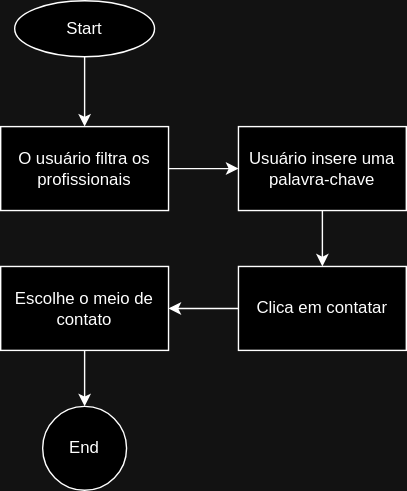
Earlier version of the draw.io export docs/img/CT05.svg (ICEI-PUC-Minas-PMV-SI/pmv-si-2023-2-pe1-t2-senectus). Source tidied: cells renumbered, new cells last; positions are measured from the earlier drawing's top-left corner, leaving out a move shared by most shapes. The source it was exported from:
```xml
<mxGraphModel>
  <root>
    <mxCell id="0" />
    <mxCell id="1" parent="0" />
    <mxCell id="2" style="edgeStyle=orthogonalEdgeStyle;rounded=0;jettySize=auto;html=1;exitX=0.5;exitY=1;exitDx=0;exitDy=0;entryX=0.5;entryY=0;entryDx=0;entryDy=0;" parent="1" edge="1" source="3" target="9">
      <mxGeometry relative="1" as="geometry" />
    </mxCell>
    <mxCell id="3" value="Start" style="ellipse;whiteSpace=wrap;html=1;" parent="1" vertex="1">
      <mxGeometry x="10" width="100" height="40" as="geometry" />
    </mxCell>
    <mxCell id="4" style="edgeStyle=orthogonalEdgeStyle;rounded=0;jettySize=auto;html=1;exitX=0;exitY=0.5;exitDx=0;exitDy=0;entryX=1;entryY=0.5;entryDx=0;entryDy=0;" parent="1" edge="1" source="5">
      <mxGeometry relative="1" as="geometry">
        <mxPoint x="120" y="220" as="targetPoint" />
      </mxGeometry>
    </mxCell>
    <mxCell id="5" value="Clica em contatar" style="rounded=0;whiteSpace=wrap;html=1;" parent="1" vertex="1">
      <mxGeometry x="170" y="190" width="120" height="60" as="geometry" />
    </mxCell>
    <mxCell id="6" style="edgeStyle=orthogonalEdgeStyle;rounded=0;jettySize=auto;html=1;exitX=0.5;exitY=1;exitDx=0;exitDy=0;entryX=0.5;entryY=0;entryDx=0;entryDy=0;" parent="1" edge="1" source="7" target="5">
      <mxGeometry relative="1" as="geometry" />
    </mxCell>
    <mxCell id="7" value="Usuário insere uma palavra-chave" style="rounded=0;whiteSpace=wrap;html=1;" parent="1" vertex="1">
      <mxGeometry x="170" y="90" width="120" height="60" as="geometry" />
    </mxCell>
    <mxCell id="8" style="edgeStyle=orthogonalEdgeStyle;rounded=0;jettySize=auto;html=1;exitX=1;exitY=0.5;exitDx=0;exitDy=0;entryX=0;entryY=0.5;entryDx=0;entryDy=0;" parent="1" edge="1" source="9" target="7">
      <mxGeometry relative="1" as="geometry" />
    </mxCell>
    <mxCell id="9" value="O usuário filtra os profissionais" style="rounded=0;whiteSpace=wrap;html=1;" parent="1" vertex="1">
      <mxGeometry y="90" width="120" height="60" as="geometry" />
    </mxCell>
    <mxCell id="10" value="End" style="ellipse;whiteSpace=wrap;html=1;" parent="1" vertex="1">
      <mxGeometry x="30" y="290" width="60" height="60" as="geometry" />
    </mxCell>
    <mxCell id="11" style="edgeStyle=orthogonalEdgeStyle;rounded=0;jettySize=auto;html=1;exitX=0.5;exitY=1;exitDx=0;exitDy=0;entryX=0.5;entryY=0;entryDx=0;entryDy=0;" parent="1" edge="1" source="12" target="10">
      <mxGeometry relative="1" as="geometry" />
    </mxCell>
    <mxCell id="12" value="Escolhe o meio de contato" style="rounded=0;whiteSpace=wrap;html=1;" parent="1" vertex="1">
      <mxGeometry y="190" width="120" height="60" as="geometry" />
    </mxCell>
  </root>
</mxGraphModel>
```
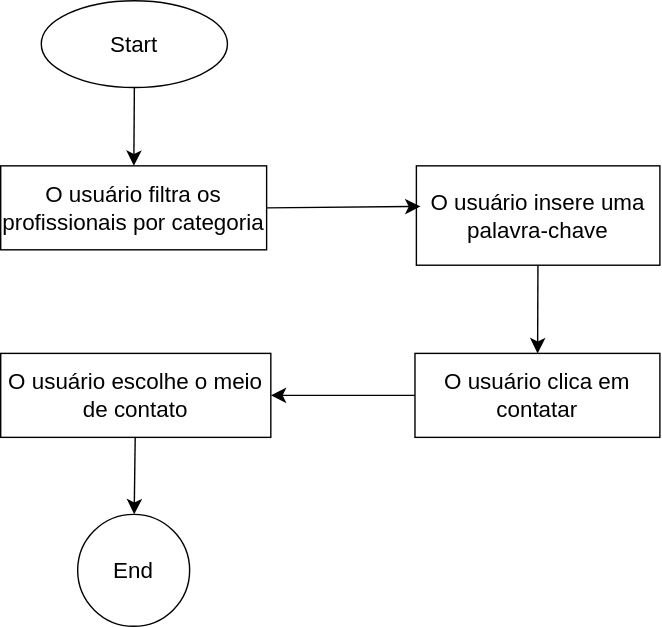
After the commit.

Change to the diagram source:
```diff
@@ -2,40 +2,38 @@
   <root>
     <mxCell id="0" />
     <mxCell id="1" parent="0" />
-    <mxCell id="2" style="edgeStyle=orthogonalEdgeStyle;rounded=0;jettySize=auto;html=1;exitX=0.5;exitY=1;exitDx=0;exitDy=0;entryX=0.5;entryY=0;entryDx=0;entryDy=0;" parent="1" edge="1" source="3" target="9">
-      <mxGeometry relative="1" as="geometry" />
-    </mxCell>
+    <mxCell id="13" style="edgeStyle=none;curved=1;rounded=0;jettySize=auto;html=1;fontSize=12;startSize=8;endSize=8;" parent="1" edge="1" source="3" target="14">
+      <mxGeometry relative="1" as="geometry" />
+    </mxCell>
-    <mxCell id="3" value="Start" style="ellipse;whiteSpace=wrap;html=1;" parent="1" vertex="1">
-      <mxGeometry x="10" width="100" height="40" as="geometry" />
+    <mxCell id="3" value="Start" style="ellipse;whiteSpace=wrap;html=1;fontSize=16;" parent="1" vertex="1">
+      <mxGeometry x="-285" y="-141" width="133" height="62" as="geometry" />
     </mxCell>
-    <mxCell id="4" style="edgeStyle=orthogonalEdgeStyle;rounded=0;jettySize=auto;html=1;exitX=0;exitY=0.5;exitDx=0;exitDy=0;entryX=1;entryY=0.5;entryDx=0;entryDy=0;" parent="1" edge="1" source="5">
-      <mxGeometry relative="1" as="geometry">
-        <mxPoint x="120" y="220" as="targetPoint" />
-      </mxGeometry>
-    </mxCell>
-    <mxCell id="5" value="Clica em contatar" style="rounded=0;whiteSpace=wrap;html=1;" parent="1" vertex="1">
-      <mxGeometry x="170" y="190" width="120" height="60" as="geometry" />
-    </mxCell>
-    <mxCell id="6" style="edgeStyle=orthogonalEdgeStyle;rounded=0;jettySize=auto;html=1;exitX=0.5;exitY=1;exitDx=0;exitDy=0;entryX=0.5;entryY=0;entryDx=0;entryDy=0;" parent="1" edge="1" source="7" target="5">
-      <mxGeometry relative="1" as="geometry" />
-    </mxCell>
-    <mxCell id="7" value="Usuário insere uma palavra-chave" style="rounded=0;whiteSpace=wrap;html=1;" parent="1" vertex="1">
-      <mxGeometry x="170" y="90" width="120" height="60" as="geometry" />
-    </mxCell>
-    <mxCell id="8" style="edgeStyle=orthogonalEdgeStyle;rounded=0;jettySize=auto;html=1;exitX=1;exitY=0.5;exitDx=0;exitDy=0;entryX=0;entryY=0.5;entryDx=0;entryDy=0;" parent="1" edge="1" source="9" target="7">
-      <mxGeometry relative="1" as="geometry" />
-    </mxCell>
-    <mxCell id="9" value="O usuário filtra os profissionais" style="rounded=0;whiteSpace=wrap;html=1;" parent="1" vertex="1">
-      <mxGeometry y="90" width="120" height="60" as="geometry" />
-    </mxCell>
+    <mxCell id="14" value="O usuário filtra os profissionais por categoria" style="rounded=0;whiteSpace=wrap;html=1;fontSize=16;" parent="1" vertex="1">
+      <mxGeometry x="-314" y="-23" width="190" height="60" as="geometry" />
+    </mxCell>
+    <mxCell id="15" style="edgeStyle=none;curved=1;rounded=0;jettySize=auto;html=1;fontSize=12;startSize=8;endSize=8;" parent="1" edge="1" source="16" target="18">
+      <mxGeometry relative="1" as="geometry" />
+    </mxCell>
+    <mxCell id="16" value="O usuário insere uma palavra-chave" style="rounded=0;whiteSpace=wrap;html=1;fontSize=16;" parent="1" vertex="1">
+      <mxGeometry x="-17" y="-23" width="174" height="71" as="geometry" />
+    </mxCell>
+    <mxCell id="17" style="edgeStyle=none;curved=1;rounded=0;jettySize=auto;html=1;fontSize=12;startSize=8;endSize=8;" parent="1" edge="1" source="18" target="21">
+      <mxGeometry relative="1" as="geometry" />
+    </mxCell>
+    <mxCell id="18" value="O usuário clica em contatar" style="rounded=0;whiteSpace=wrap;html=1;fontSize=16;" parent="1" vertex="1">
+      <mxGeometry x="-18" y="111" width="175" height="60" as="geometry" />
+    </mxCell>
+    <mxCell id="19" style="edgeStyle=none;curved=1;rounded=0;jettySize=auto;html=1;exitX=1;exitY=0.5;exitDx=0;exitDy=0;entryX=0.017;entryY=0.408;entryDx=0;entryDy=0;entryPerimeter=0;fontSize=12;startSize=8;endSize=8;" parent="1" edge="1" source="14" target="16">
+      <mxGeometry relative="1" as="geometry" />
+    </mxCell>
-    <mxCell id="10" value="End" style="ellipse;whiteSpace=wrap;html=1;" parent="1" vertex="1">
-      <mxGeometry x="30" y="290" width="60" height="60" as="geometry" />
+    <mxCell id="10" value="End" style="ellipse;whiteSpace=wrap;html=1;fontSize=16;" parent="1" vertex="1">
+      <mxGeometry x="-259" y="226" width="80" height="80" as="geometry" />
     </mxCell>
-    <mxCell id="11" style="edgeStyle=orthogonalEdgeStyle;rounded=0;jettySize=auto;html=1;exitX=0.5;exitY=1;exitDx=0;exitDy=0;entryX=0.5;entryY=0;entryDx=0;entryDy=0;" parent="1" edge="1" source="12" target="10">
-      <mxGeometry relative="1" as="geometry" />
-    </mxCell>
-    <mxCell id="12" value="Escolhe o meio de contato" style="rounded=0;whiteSpace=wrap;html=1;" parent="1" vertex="1">
-      <mxGeometry y="190" width="120" height="60" as="geometry" />
-    </mxCell>
+    <mxCell id="20" style="edgeStyle=none;curved=1;rounded=0;jettySize=auto;html=1;fontSize=12;startSize=8;endSize=8;" parent="1" edge="1" source="21" target="10">
+      <mxGeometry relative="1" as="geometry" />
+    </mxCell>
+    <mxCell id="21" value="O usuário escolhe o meio de contato" style="rounded=0;whiteSpace=wrap;html=1;fontSize=16;" parent="1" vertex="1">
+      <mxGeometry x="-314" y="111" width="193" height="60" as="geometry" />
+    </mxCell>
   </root>
 </mxGraphModel>
```
